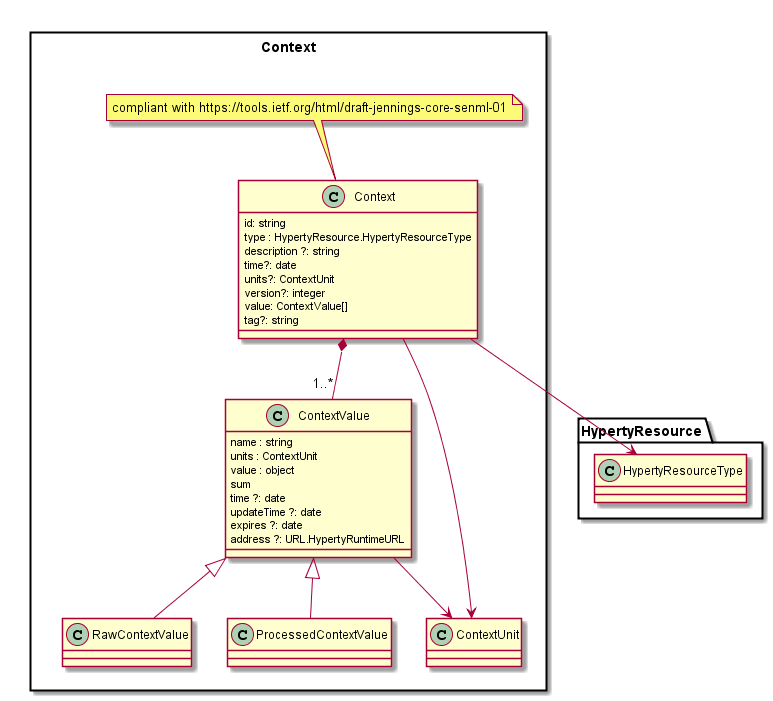
This is docs/datamodel/data-objects/context/Context.png from reTHINK-project/dev-service-framework, a PlantUML export, as it was before one commit.
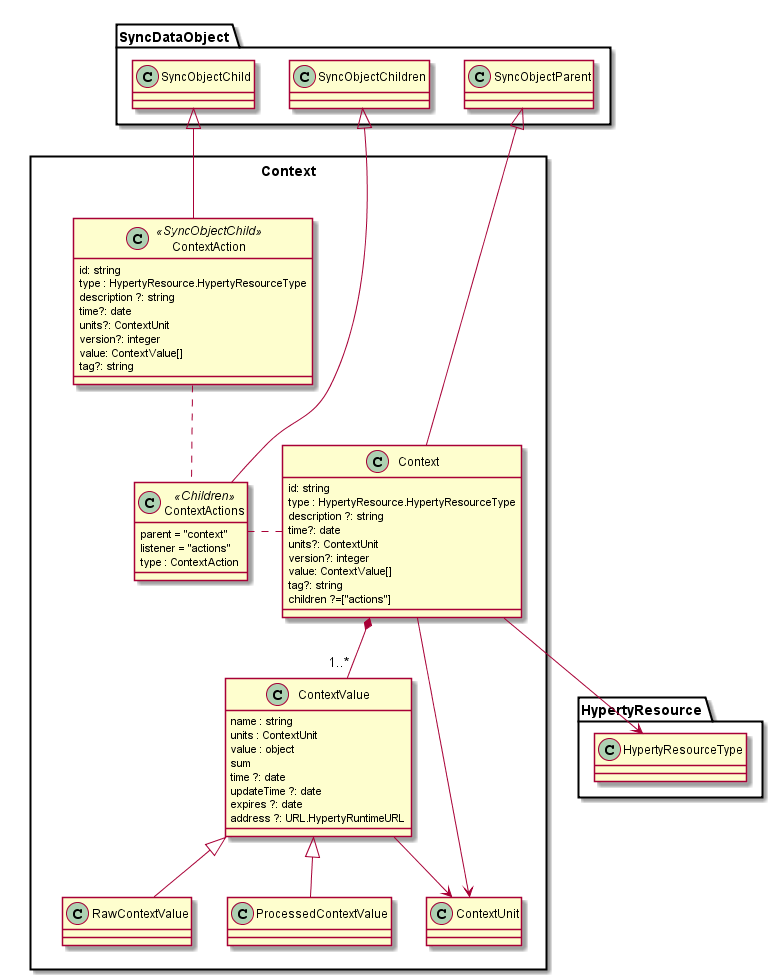
Above is the later version.

Commit message:
Moved ContextAction to Context as part a Child Object

Change to the diagram source:
```diff
@@ -11,9 +11,8 @@
 		version?: integer
 		value: ContextValue[]
 		tag?: string
+		children ?=["actions"]
 	}
-	note top : compliant with https://tools.ietf.org/html/draft-jennings-core-senml-01
-
 
 	class ContextUnit {
 
@@ -30,6 +29,23 @@
 		address ?: URL.HypertyRuntimeURL
 	}
 
+	class ContextActions <<Children>> {
+		parent = "context"
+		listener = "actions"
+		type : ContextAction
+	}
+
+	class ContextAction <<SyncObjectChild>> {
+		id: string
+		type : HypertyResource.HypertyResourceType
+		description ?: string
+		time?: date
+		units?: ContextUnit
+		version?: integer
+		value: ContextValue[]
+		tag?: string
+	}
+
 	class RawContextValue {
 	}
 
@@ -38,6 +54,11 @@
 
 	Context *-- "1..*" ContextValue
 
+	Context -up-|> SyncDataObject.SyncObjectParent
+	ContextActions -up-|> SyncDataObject.SyncObjectChildren
+	ContextAction -up-|> SyncDataObject.SyncObjectChild
+	Context .left. ContextActions
+	ContextAction .. ContextActions
 	Context --> HypertyResource.HypertyResourceType
 	Context --> ContextUnit
 	ContextValue --> ContextUnit
```
